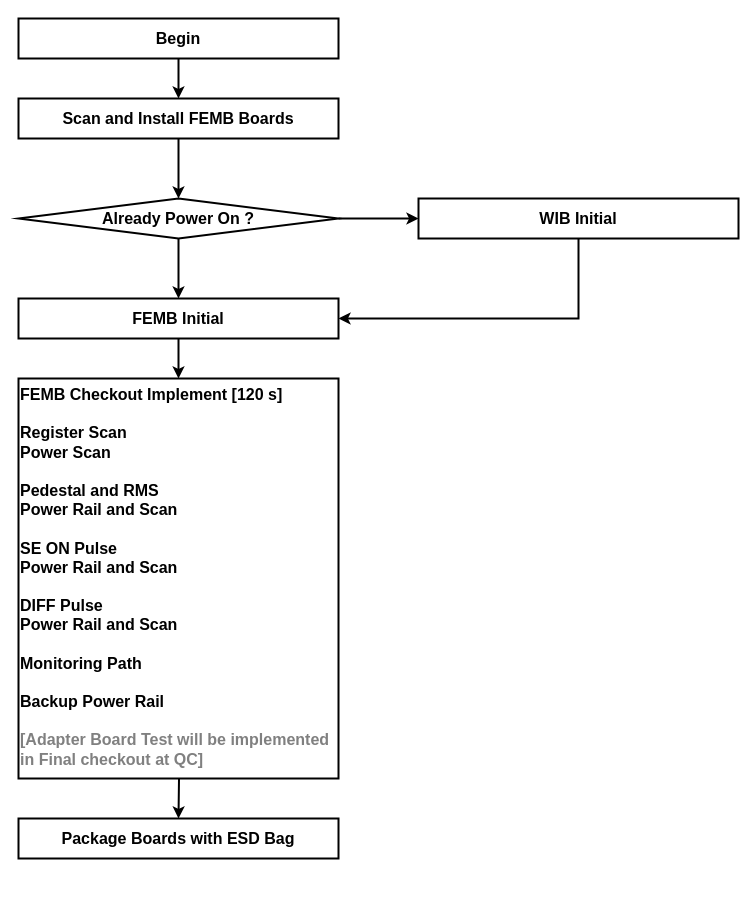
This is page "Page-2" (2 of 4) of Checkout.drawio from lkebnl/Draw_IO, a draw.io file, before an edit. Source tidied: cells renumbered, new cells numbered last; positions are measured from the earlier drawing's top-left corner, leaving out a move shared by most shapes. Both pictures are drawn from the tidied source at 100%, with x=0, y=0 at pixel (18, 18).
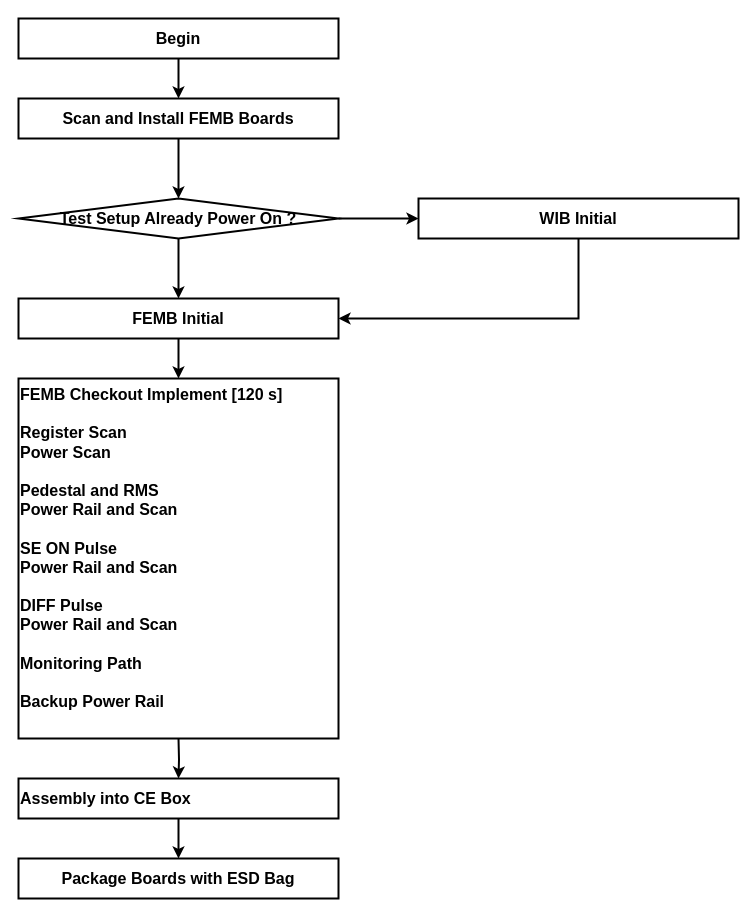
The same diagram, later.

Change to the diagram source:
```diff
@@
 <mxGraphModel>
   <root>
     <mxCell id="0" />
     <mxCell id="1" parent="0" />
     <mxCell id="2" style="edgeStyle=orthogonalEdgeStyle;rounded=0;jettySize=auto;html=1;exitX=1;exitY=0.5;exitDx=0;exitDy=0;entryX=0;entryY=0.5;entryDx=0;entryDy=0;fontSize=16;fontStyle=1;strokeWidth=2;" parent="1" edge="1" source="4" target="12">
       <mxGeometry relative="1" as="geometry" />
     </mxCell>
     <mxCell id="3" style="edgeStyle=orthogonalEdgeStyle;rounded=0;jettySize=auto;html=1;exitX=0.5;exitY=1;exitDx=0;exitDy=0;entryX=0.5;entryY=0;entryDx=0;entryDy=0;fontSize=16;fontStyle=1;strokeWidth=2;" parent="1" edge="1" source="4" target="14">
       <mxGeometry relative="1" as="geometry" />
     </mxCell>
-    <mxCell id="4" value="Already&amp;nbsp;&lt;span style=&quot;background-color: transparent; color: light-dark(rgb(0, 0, 0), rgb(255, 255, 255));&quot;&gt;Power On ?&lt;/span&gt;" style="rhombus;whiteSpace=wrap;html=1;fontSize=16;fontStyle=1;strokeWidth=2;" parent="1" vertex="1">
+    <mxCell id="4" value="Test Setup Already&amp;nbsp;&lt;span style=&quot;background-color: transparent; color: light-dark(rgb(0, 0, 0), rgb(255, 255, 255));&quot;&gt;Power On ?&lt;/span&gt;" style="rhombus;whiteSpace=wrap;html=1;fontSize=16;fontStyle=1;strokeWidth=2;" parent="1" vertex="1">
       <mxGeometry y="180" width="320" height="40" as="geometry" />
     </mxCell>
     <mxCell id="5" style="edgeStyle=orthogonalEdgeStyle;rounded=0;jettySize=auto;html=1;exitX=0.5;exitY=1;exitDx=0;exitDy=0;entryX=0.5;entryY=0;entryDx=0;entryDy=0;strokeWidth=2;" parent="1" edge="1" target="15">
       <mxGeometry relative="1" as="geometry">
         <mxPoint x="160" y="720" as="sourcePoint" />
       </mxGeometry>
     </mxCell>
-    <mxCell id="6" value="FEMB Checkout Implement [120 s]&lt;div&gt;&lt;br&gt;&lt;/div&gt;&lt;div&gt;Register Scan&lt;/div&gt;&lt;div&gt;Power Scan&lt;/div&gt;&lt;div&gt;&lt;br&gt;&lt;/div&gt;&lt;div&gt;Pedestal and RMS&lt;/div&gt;&lt;div&gt;Power Rail and Scan&lt;/div&gt;&lt;div&gt;&lt;br&gt;&lt;/div&gt;&lt;div&gt;SE ON Pulse&lt;/div&gt;&lt;div&gt;Power Rail and Scan&lt;/div&gt;&lt;div&gt;&lt;br&gt;&lt;/div&gt;&lt;div&gt;DIFF Pulse&lt;/div&gt;&lt;div&gt;Power Rail and Scan&lt;/div&gt;&lt;div&gt;&lt;br&gt;&lt;/div&gt;&lt;div&gt;Monitoring Path&lt;/div&gt;&lt;div&gt;&lt;br&gt;&lt;/div&gt;&lt;div&gt;Backup Power Rail&lt;/div&gt;&lt;div&gt;&lt;br&gt;&lt;/div&gt;&lt;div&gt;&lt;font color=&quot;#808080&quot;&gt;[Adapter Board Test will be implemented in Final checkout at QC]&lt;/font&gt;&lt;/div&gt;&lt;div&gt;&lt;br&gt;&lt;/div&gt;" style="rounded=0;whiteSpace=wrap;html=1;align=left;verticalAlign=top;fontSize=16;fontStyle=1;strokeWidth=2;" parent="1" vertex="1">
-      <mxGeometry y="360" width="320" height="400" as="geometry" />
+    <mxCell id="6" value="FEMB Checkout Implement [120 s]&lt;div&gt;&lt;br&gt;&lt;/div&gt;&lt;div&gt;Register Scan&lt;/div&gt;&lt;div&gt;Power Scan&lt;/div&gt;&lt;div&gt;&lt;br&gt;&lt;/div&gt;&lt;div&gt;Pedestal and RMS&lt;/div&gt;&lt;div&gt;Power Rail and Scan&lt;/div&gt;&lt;div&gt;&lt;br&gt;&lt;/div&gt;&lt;div&gt;SE ON Pulse&lt;/div&gt;&lt;div&gt;Power Rail and Scan&lt;/div&gt;&lt;div&gt;&lt;br&gt;&lt;/div&gt;&lt;div&gt;DIFF Pulse&lt;/div&gt;&lt;div&gt;Power Rail and Scan&lt;/div&gt;&lt;div&gt;&lt;br&gt;&lt;/div&gt;&lt;div&gt;Monitoring Path&lt;/div&gt;&lt;div&gt;&lt;br&gt;&lt;/div&gt;&lt;div&gt;Backup Power Rail&lt;/div&gt;&lt;div&gt;&lt;br&gt;&lt;/div&gt;" style="rounded=0;whiteSpace=wrap;html=1;align=left;verticalAlign=top;fontSize=16;fontStyle=1;strokeWidth=2;" parent="1" vertex="1">
+      <mxGeometry y="360" width="320" height="360" as="geometry" />
     </mxCell>
     <mxCell id="7" style="edgeStyle=orthogonalEdgeStyle;rounded=0;jettySize=auto;html=1;exitX=0.5;exitY=1;exitDx=0;exitDy=0;fontSize=16;fontStyle=1;strokeWidth=2;" parent="1" edge="1" source="8" target="10">
       <mxGeometry relative="1" as="geometry" />
     </mxCell>
     <mxCell id="8" value="Begin" style="rounded=0;whiteSpace=wrap;html=1;fontSize=16;fontStyle=1;strokeWidth=2;" parent="1" vertex="1">
       <mxGeometry width="320" height="40" as="geometry" />
     </mxCell>
     <mxCell id="9" style="edgeStyle=orthogonalEdgeStyle;rounded=0;jettySize=auto;html=1;exitX=0.5;exitY=1;exitDx=0;exitDy=0;entryX=0.5;entryY=0;entryDx=0;entryDy=0;fontSize=16;fontStyle=1;strokeWidth=2;" parent="1" edge="1" source="10" target="4">
       <mxGeometry relative="1" as="geometry" />
     </mxCell>
     <mxCell id="10" value="Scan and Install FEMB Boards" style="rounded=0;whiteSpace=wrap;html=1;fontSize=16;fontStyle=1;strokeWidth=2;" parent="1" vertex="1">
       <mxGeometry y="80" width="320" height="40" as="geometry" />
     </mxCell>
     <mxCell id="11" style="edgeStyle=orthogonalEdgeStyle;rounded=0;jettySize=auto;html=1;exitX=0.5;exitY=1;exitDx=0;exitDy=0;entryX=1;entryY=0.5;entryDx=0;entryDy=0;fontSize=16;fontStyle=1;strokeWidth=2;" parent="1" edge="1" source="12" target="14">
       <mxGeometry relative="1" as="geometry" />
     </mxCell>
     <mxCell id="12" value="WIB Initial" style="rounded=0;whiteSpace=wrap;html=1;fontSize=16;fontStyle=1;strokeWidth=2;" parent="1" vertex="1">
       <mxGeometry x="400" y="180" width="320" height="40" as="geometry" />
     </mxCell>
     <mxCell id="13" style="edgeStyle=orthogonalEdgeStyle;rounded=0;jettySize=auto;html=1;exitX=0.5;exitY=1;exitDx=0;exitDy=0;entryX=0.5;entryY=0;entryDx=0;entryDy=0;fontSize=16;fontStyle=1;strokeWidth=2;" parent="1" edge="1" source="14" target="6">
       <mxGeometry relative="1" as="geometry" />
     </mxCell>
     <mxCell id="14" value="FEMB Initial" style="rounded=0;whiteSpace=wrap;html=1;fontSize=16;fontStyle=1;strokeWidth=2;" parent="1" vertex="1">
       <mxGeometry y="280" width="320" height="40" as="geometry" />
     </mxCell>
+    <mxCell id="16" style="edgeStyle=orthogonalEdgeStyle;rounded=0;jettySize=auto;html=1;exitX=0.5;exitY=1;exitDx=0;exitDy=0;entryX=0.5;entryY=0;entryDx=0;entryDy=0;strokeWidth=2;" parent="1" edge="1" source="15" target="17">
+      <mxGeometry relative="1" as="geometry" />
+    </mxCell>
-    <mxCell id="15" value="Package Boards with ESD Bag" style="rounded=0;whiteSpace=wrap;html=1;fontSize=16;fontStyle=1;strokeWidth=2;" parent="1" vertex="1">
-      <mxGeometry y="800" width="320" height="40" as="geometry" />
+    <mxCell id="15" value="Assembly&lt;span style=&quot;background-color: transparent; color: light-dark(rgb(0, 0, 0), rgb(255, 255, 255));&quot;&gt;&amp;nbsp;into CE Box&lt;/span&gt;" style="rounded=0;whiteSpace=wrap;html=1;fontSize=16;fontStyle=1;strokeWidth=2;align=left;" parent="1" vertex="1">
+      <mxGeometry y="760" width="320" height="40" as="geometry" />
     </mxCell>
+    <mxCell id="17" value="Package Boards with ESD Bag" style="rounded=0;whiteSpace=wrap;html=1;fontSize=16;fontStyle=1;strokeWidth=2;" parent="1" vertex="1">
+      <mxGeometry y="840" width="320" height="40" as="geometry" />
+    </mxCell>
   </root>
 </mxGraphModel>
```
